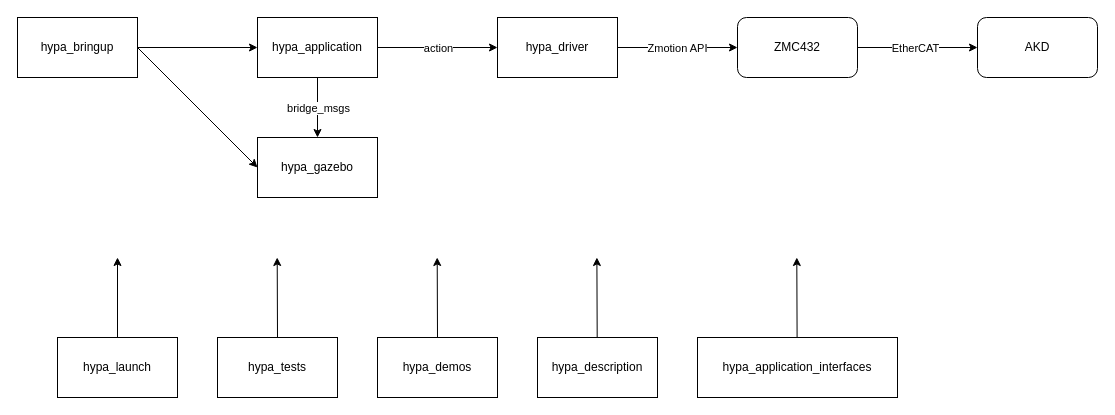
Above: src/hypa_bringup/docs/sys_arch.drawio in Xinyu-Sheng/hypa_ws (draw.io), before the change. Source tidied: cells renumbered, new cells numbered last; positions are measured from the earlier drawing's top-left corner, leaving out a move shared by most shapes. Both pictures are drawn from the tidied source at 100%, with x=0, y=0 at pixel (17, 17).
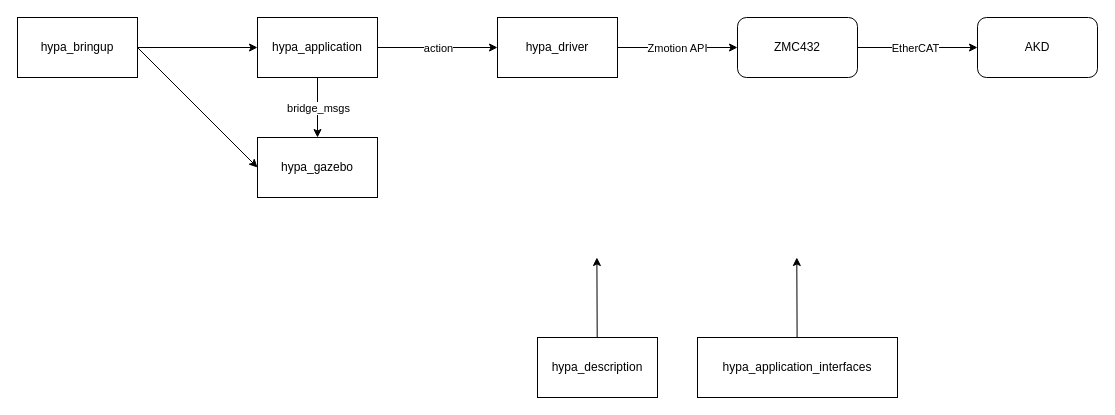
The same page after the edit.

Change to the diagram source:
```diff
@@
-    <mxCell id="14" style="edgeStyle=none;html=1;exitX=0.5;exitY=0;exitDx=0;exitDy=0;" parent="1" edge="1" source="15">
-      <mxGeometry relative="1" as="geometry">
-        <mxPoint x="100" y="240" as="targetPoint" />
-      </mxGeometry>
-    </mxCell>
-    <mxCell id="15" value="hypa_launch" style="whiteSpace=wrap;html=1;" parent="1" vertex="1">
-      <mxGeometry x="40" y="320" width="120" height="60" as="geometry" />
-    </mxCell>
-    <mxCell id="16" style="edgeStyle=none;html=1;exitX=0.5;exitY=0;exitDx=0;exitDy=0;" parent="1" edge="1" source="17">
-      <mxGeometry relative="1" as="geometry">
-        <mxPoint x="259.7" y="240" as="targetPoint" />
-      </mxGeometry>
-    </mxCell>
-    <mxCell id="17" value="hypa_tests" style="whiteSpace=wrap;html=1;" parent="1" vertex="1">
-      <mxGeometry x="200" y="320" width="120" height="60" as="geometry" />
-    </mxCell>
-    <mxCell id="18" style="edgeStyle=none;html=1;exitX=0.5;exitY=0;exitDx=0;exitDy=0;" parent="1" edge="1" source="19">
-      <mxGeometry relative="1" as="geometry">
-        <mxPoint x="419.7" y="240" as="targetPoint" />
-      </mxGeometry>
-    </mxCell>
-    <mxCell id="19" value="hypa_demos" style="whiteSpace=wrap;html=1;" parent="1" vertex="1">
-      <mxGeometry x="360" y="320" width="120" height="60" as="geometry" />
-    </mxCell>
```
